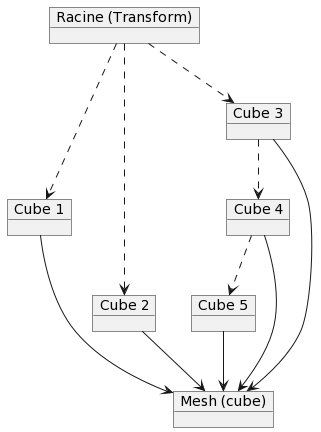
ETS-LOG750/lab-2 keeps this PlantUML diagram as sujet/imgs/lab-2-instances.png. Above is the earlier version.
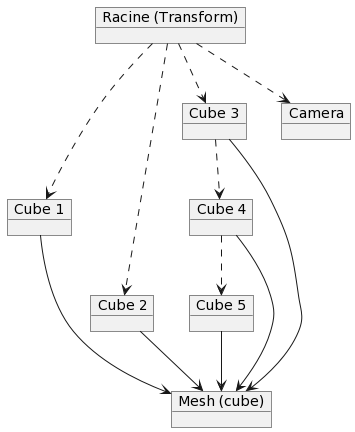
Later version of the same file.

The edit, as a diff of the source:
```diff
@@ -6,7 +6,9 @@
 object "Cube 4" as t4
 object "Cube 5" as t5
 object "Mesh (cube)" as Cube
+object Camera
 
+root -[dashed]-> Camera
 root -[dashed]-> t1
 root -[dashed]-> t2
 root -[dashed]-> t3
```
